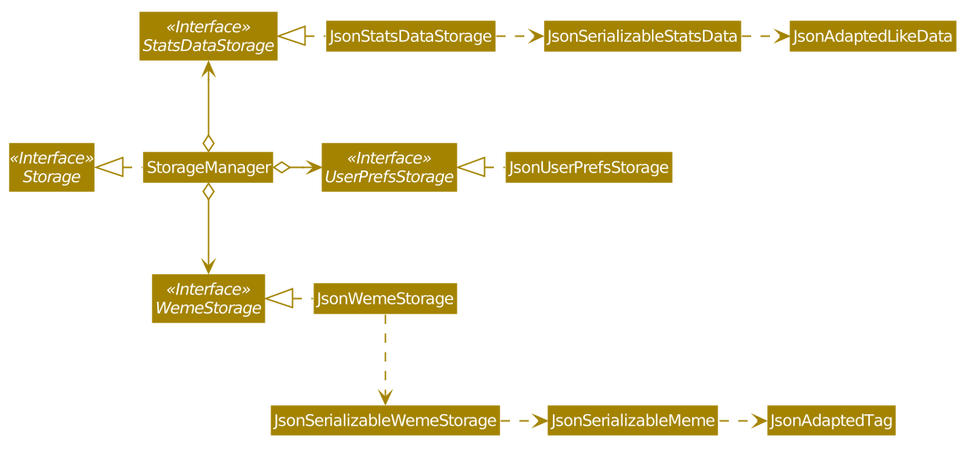
nus-cs2103-AY1920S1/addressbook-level3 keeps this PlantUML diagram as docs/images/StorageClassDiagram.png. Above is the earlier version.
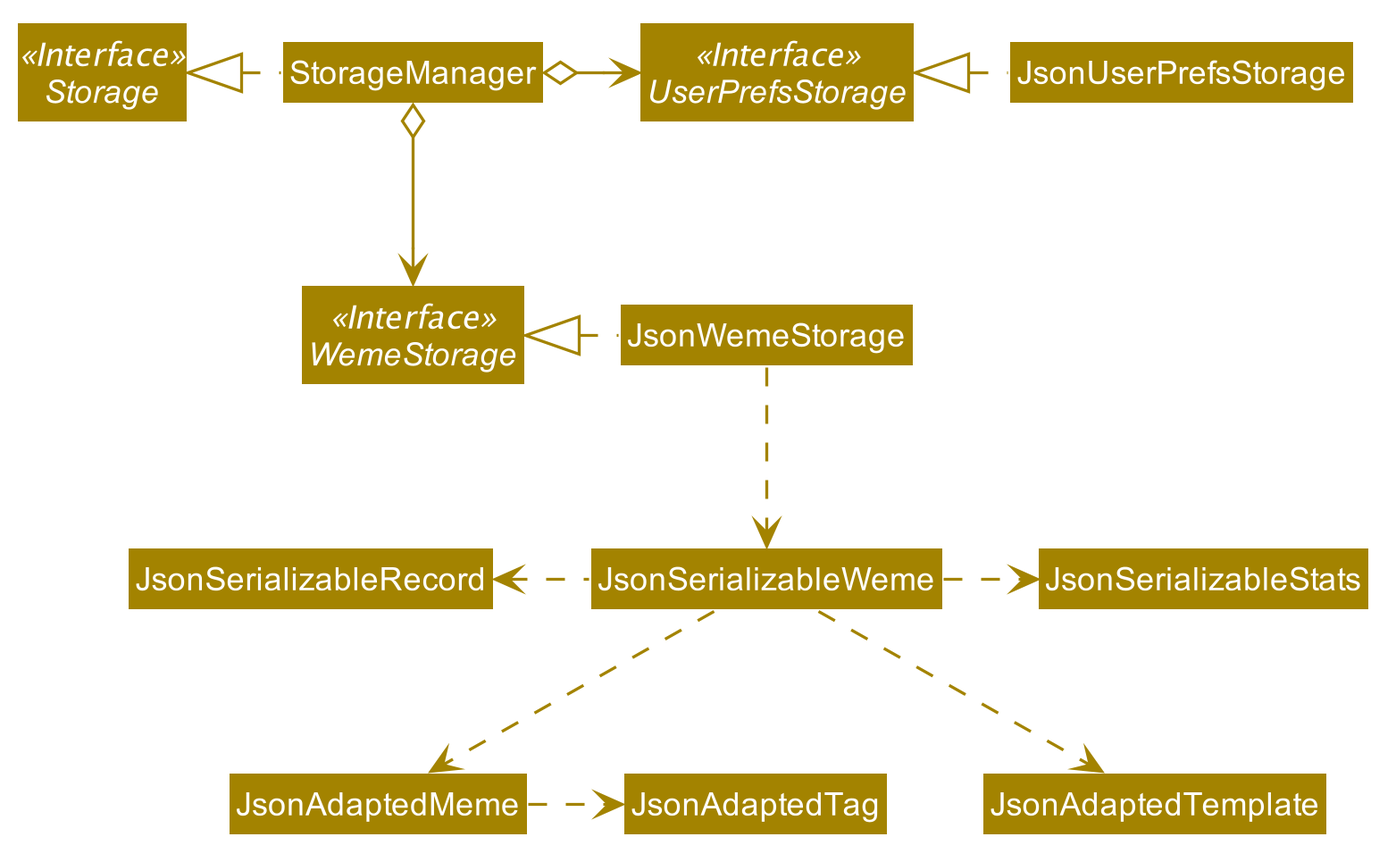
Above is the later version.

Change to the diagram source:
```diff
@@ -55,25 +55,22 @@
 Interface Storage <<Interface>>
 Interface UserPrefsStorage <<Interface>>
 Interface WemeStorage <<Interface>>
-Interface StatsDataStorage <<Interface>>
 
 Class StorageManager
 Class JsonUserPrefsStorage
 Class JsonWemeStorage
-class JsonStatsDataStorage
 
 StorageManager .left.|> Storage
 StorageManager o-right-> UserPrefsStorage
-StorageManager o--> WemeStorage
-StorageManager o-up-> StatsDataStorage
+StorageManager o-down-> WemeStorage
 
 JsonUserPrefsStorage .left.|> UserPrefsStorage
 JsonWemeStorage .left.|> WemeStorage
-JsonWemeStorage .down.> JsonSerializableWemeStorage
-JsonSerializableWemeStorage .right.> JsonSerializableMeme
-JsonSerializableMeme .right.> JsonAdaptedTag
+JsonWemeStorage .down.> JsonSerializableWeme
+JsonSerializableWeme .down.> JsonAdaptedMeme
+JsonAdaptedMeme .right.> JsonAdaptedTag
+JsonSerializableWeme .right.> JsonSerializableStats
+JsonSerializableWeme .left.> JsonSerializableRecord
+JsonSerializableWeme .down.> JsonAdaptedTemplate
 
-JsonStatsDataStorage .left.|> StatsDataStorage
-JsonStatsDataStorage .right.> JsonSerializableStatsData
-JsonSerializableStatsData .right.> JsonAdaptedLikeData
 @enduml
```
